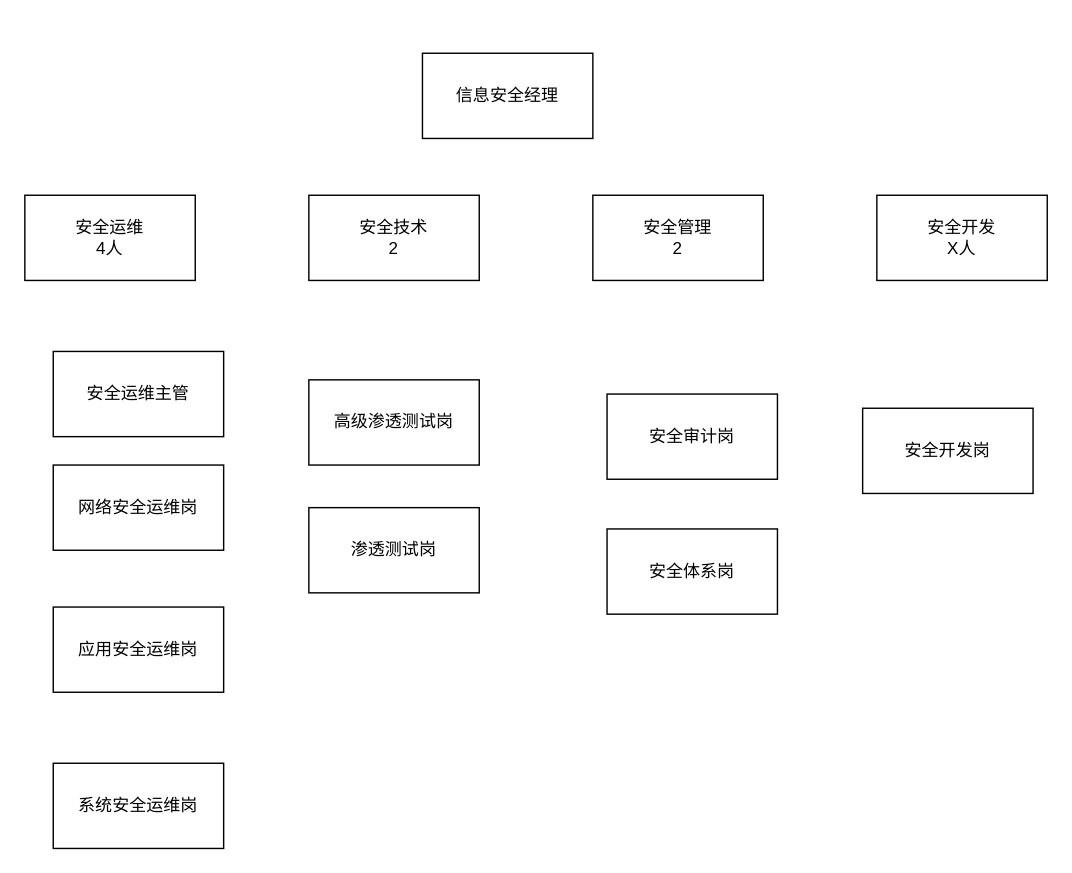
Above: page "第 2 页" (2 of 2) of Untitled Diagram.drawio in zhaopoint/GitHack (draw.io), before the change. Source tidied: cells renumbered, new cells numbered last; positions are measured from the earlier drawing's top-left corner, leaving out a move shared by most shapes. Both pictures are drawn from the tidied source at 142%, with x=0, y=0 at pixel (24, 53).
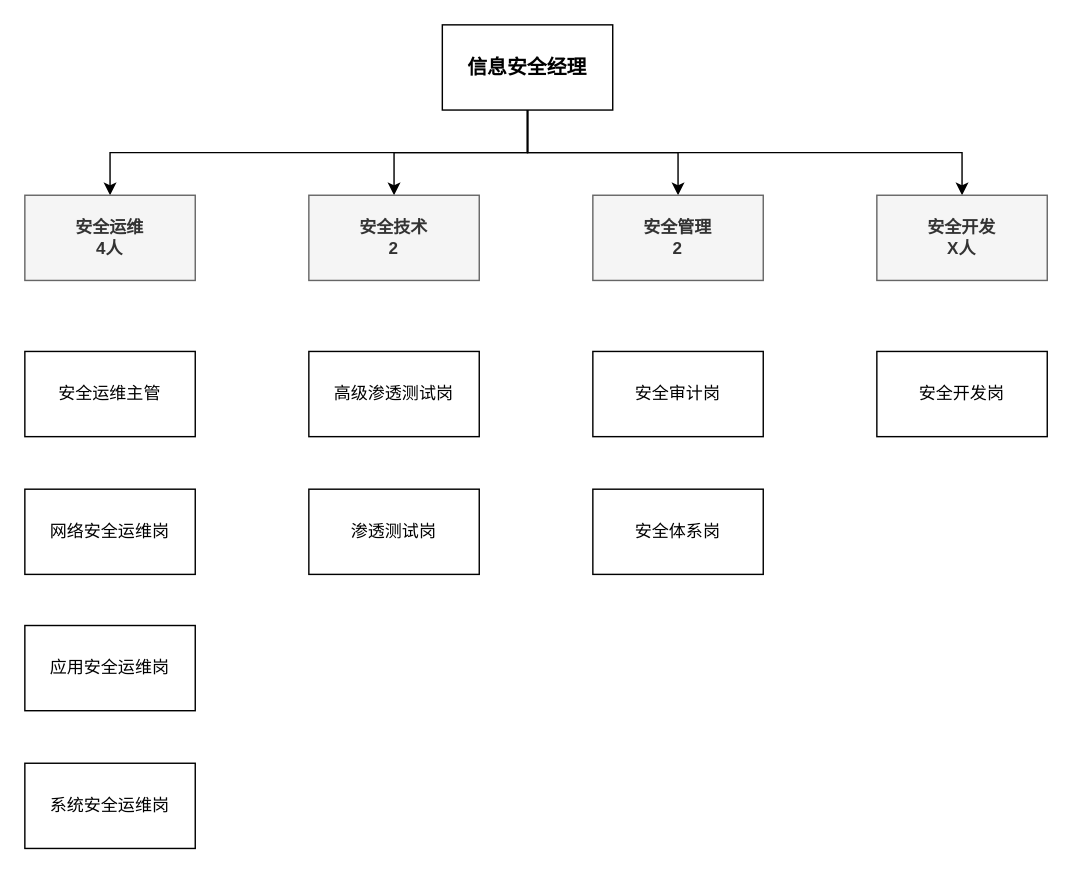
The same diagram, later.

What changed in the source:
```diff
@@
 <mxGraphModel>
   <root>
     <mxCell id="0" />
     <mxCell id="1" parent="0" />
     <mxCell id="2" value="系统安全运维岗" style="rounded=0;whiteSpace=wrap;html=1;" parent="1" vertex="1">
-      <mxGeometry x="20" y="500" width="120" height="60" as="geometry" />
+      <mxGeometry y="500" width="120" height="60" as="geometry" />
     </mxCell>
     <mxCell id="3" value="网络安全运维岗" style="rounded=0;whiteSpace=wrap;html=1;" parent="1" vertex="1">
-      <mxGeometry x="20" y="290" width="120" height="60" as="geometry" />
+      <mxGeometry y="307" width="120" height="60" as="geometry" />
     </mxCell>
     <mxCell id="4" value="高级渗透测试岗" style="rounded=0;whiteSpace=wrap;html=1;" parent="1" vertex="1">
-      <mxGeometry x="200" y="230" width="120" height="60" as="geometry" />
+      <mxGeometry x="200" y="210" width="120" height="60" as="geometry" />
     </mxCell>
     <mxCell id="5" value="应用安全运维岗" style="rounded=0;whiteSpace=wrap;html=1;" parent="1" vertex="1">
-      <mxGeometry x="20" y="390" width="120" height="60" as="geometry" />
+      <mxGeometry y="403" width="120" height="60" as="geometry" />
     </mxCell>
+    <mxCell id="16" style="edgeStyle=orthogonalEdgeStyle;rounded=0;jettySize=auto;html=1;exitX=0.5;exitY=1;exitDx=0;exitDy=0;fontSize=14;" parent="1" edge="1" source="6" target="13">
+      <mxGeometry relative="1" as="geometry" />
+    </mxCell>
+    <mxCell id="17" style="edgeStyle=orthogonalEdgeStyle;rounded=0;jettySize=auto;html=1;exitX=0.5;exitY=1;exitDx=0;exitDy=0;entryX=0.5;entryY=0;entryDx=0;entryDy=0;fontSize=14;" parent="1" edge="1" source="6" target="11">
+      <mxGeometry relative="1" as="geometry" />
+    </mxCell>
+    <mxCell id="18" style="edgeStyle=orthogonalEdgeStyle;rounded=0;jettySize=auto;html=1;exitX=0.5;exitY=1;exitDx=0;exitDy=0;fontSize=14;" parent="1" edge="1" source="6" target="10">
+      <mxGeometry relative="1" as="geometry" />
+    </mxCell>
+    <mxCell id="19" style="edgeStyle=orthogonalEdgeStyle;rounded=0;jettySize=auto;html=1;exitX=0.5;exitY=1;exitDx=0;exitDy=0;fontSize=14;" parent="1" edge="1" source="6" target="7">
+      <mxGeometry relative="1" as="geometry" />
+    </mxCell>
-    <mxCell id="6" value="信息安全经理" style="rounded=0;whiteSpace=wrap;html=1;" parent="1" vertex="1">
-      <mxGeometry x="280" width="120" height="60" as="geometry" />
+    <mxCell id="6" value="信息安全经理" style="rounded=0;whiteSpace=wrap;html=1;fontStyle=1;fontSize=14;" parent="1" vertex="1">
+      <mxGeometry x="294" y="-20" width="120" height="60" as="geometry" />
     </mxCell>
-    <mxCell id="7" value="安全开发&lt;br&gt;X人" style="rounded=0;whiteSpace=wrap;html=1;" parent="1" vertex="1">
+    <mxCell id="7" value="安全开发&lt;br&gt;X人" style="rounded=0;whiteSpace=wrap;html=1;fontStyle=1;labelBackgroundColor=none;fillColor=#f5f5f5;strokeColor=#666666;fontColor=#333333;" parent="1" vertex="1">
       <mxGeometry x="600" y="100" width="120" height="60" as="geometry" />
     </mxCell>
     <mxCell id="8" value="安全体系岗" style="rounded=0;whiteSpace=wrap;html=1;" parent="1" vertex="1">
-      <mxGeometry x="410" y="335" width="120" height="60" as="geometry" />
+      <mxGeometry x="400" y="307" width="120" height="60" as="geometry" />
     </mxCell>
     <mxCell id="9" value="安全审计岗" style="rounded=0;whiteSpace=wrap;html=1;" parent="1" vertex="1">
-      <mxGeometry x="410" y="240" width="120" height="60" as="geometry" />
+      <mxGeometry x="400" y="210" width="120" height="60" as="geometry" />
     </mxCell>
-    <mxCell id="10" value="安全管理&lt;br&gt;2" style="rounded=0;whiteSpace=wrap;html=1;" parent="1" vertex="1">
+    <mxCell id="10" value="安全管理&lt;br&gt;2" style="rounded=0;whiteSpace=wrap;html=1;fontStyle=1;labelBackgroundColor=none;fillColor=#f5f5f5;strokeColor=#666666;fontColor=#333333;" parent="1" vertex="1">
       <mxGeometry x="400" y="100" width="120" height="60" as="geometry" />
     </mxCell>
-    <mxCell id="11" value="安全技术&lt;br&gt;2" style="rounded=0;whiteSpace=wrap;html=1;" parent="1" vertex="1">
+    <mxCell id="11" value="安全技术&lt;br&gt;2" style="rounded=0;whiteSpace=wrap;html=1;fontStyle=1;labelBackgroundColor=none;fillColor=#f5f5f5;strokeColor=#666666;fontColor=#333333;" parent="1" vertex="1">
       <mxGeometry x="200" y="100" width="120" height="60" as="geometry" />
     </mxCell>
     <mxCell id="12" value="安全开发岗" style="rounded=0;whiteSpace=wrap;html=1;" parent="1" vertex="1">
-      <mxGeometry x="590" y="250" width="120" height="60" as="geometry" />
+      <mxGeometry x="600" y="210" width="120" height="60" as="geometry" />
     </mxCell>
-    <mxCell id="13" value="安全运维&lt;br&gt;4人" style="rounded=0;whiteSpace=wrap;html=1;" parent="1" vertex="1">
+    <mxCell id="13" value="安全运维&lt;br&gt;4人" style="rounded=0;whiteSpace=wrap;html=1;fontStyle=1;labelBackgroundColor=none;fillColor=#f5f5f5;strokeColor=#666666;fontColor=#333333;" parent="1" vertex="1">
       <mxGeometry y="100" width="120" height="60" as="geometry" />
     </mxCell>
     <mxCell id="14" value="渗透测试岗" style="rounded=0;whiteSpace=wrap;html=1;" parent="1" vertex="1">
-      <mxGeometry x="200" y="320" width="120" height="60" as="geometry" />
+      <mxGeometry x="200" y="307" width="120" height="60" as="geometry" />
     </mxCell>
     <mxCell id="15" value="安全运维主管" style="rounded=0;whiteSpace=wrap;html=1;" parent="1" vertex="1">
-      <mxGeometry x="20" y="210" width="120" height="60" as="geometry" />
+      <mxGeometry y="210" width="120" height="60" as="geometry" />
     </mxCell>
   </root>
 </mxGraphModel>
```
